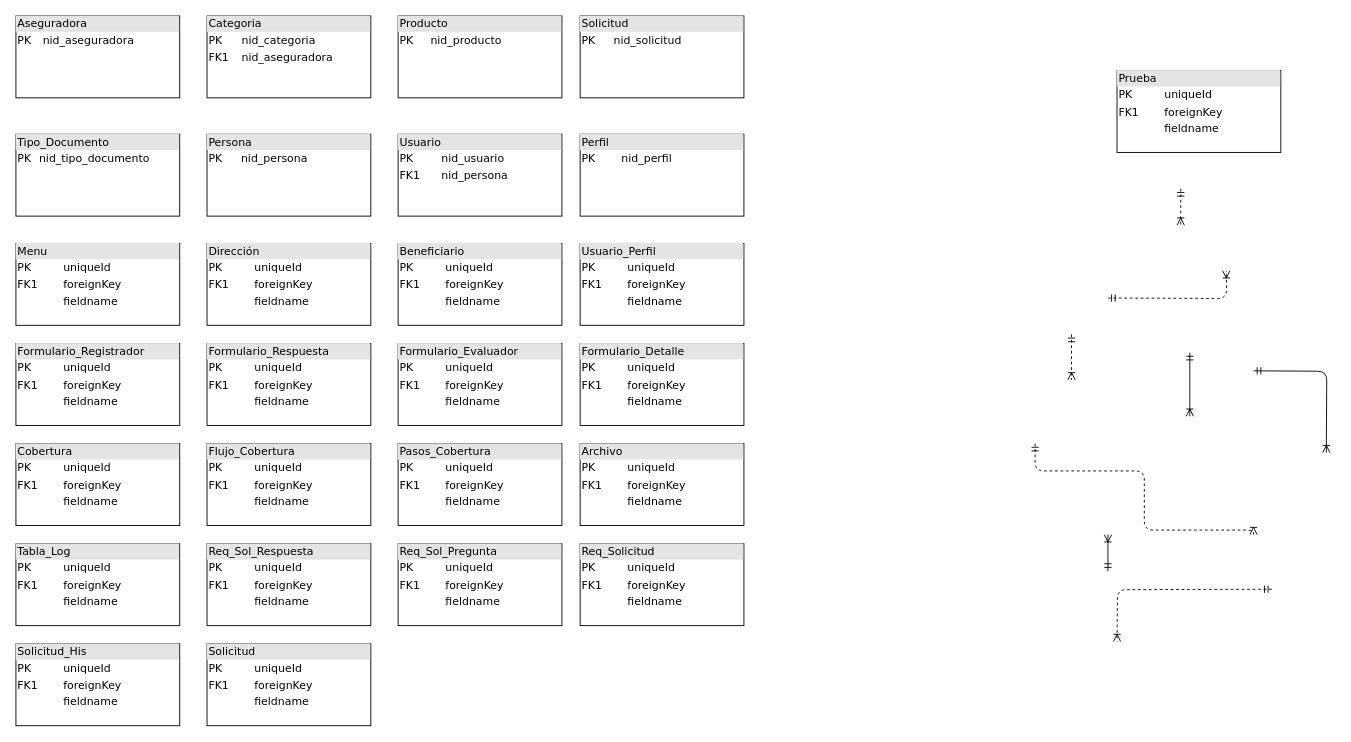
alejandroarceefitec/EFICTEC keeps this draw.io diagram as SINIESTROS/Diagrama sin título.drawio. Above is the earlier version. Source tidied: cells renumbered, new cells numbered last; positions are measured from the earlier drawing's top-left corner, leaving out a move shared by most shapes. Both pictures are drawn from the tidied source at 91%, with x=0, y=0 at pixel (15, 15).
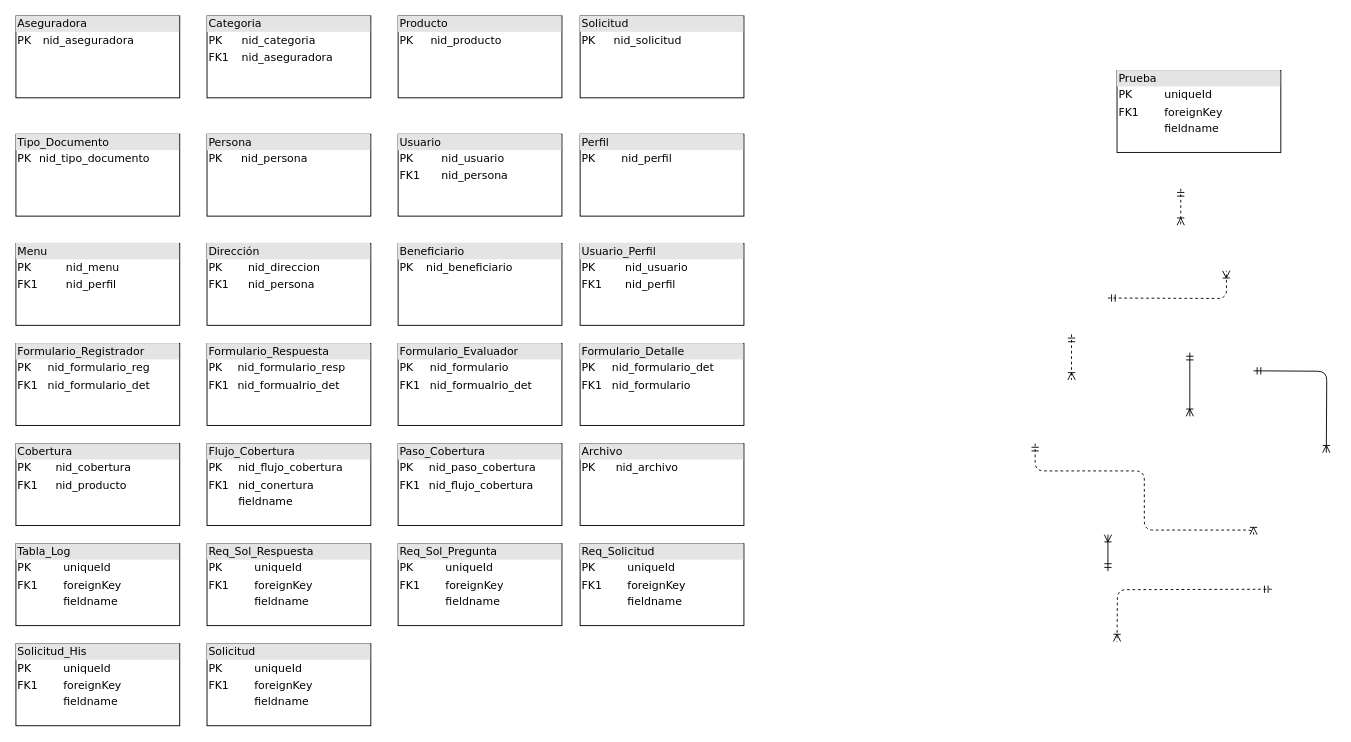
Above is the later version.

Diff of the diagram source:
```diff
@@
-    <mxCell id="19" value="&lt;div style=&quot;box-sizing: border-box ; width: 100% ; background: #e4e4e4 ; padding: 2px&quot;&gt;Menu&lt;/div&gt;&lt;table style=&quot;width: 100% ; font-size: 1em&quot; cellpadding=&quot;2&quot; cellspacing=&quot;0&quot;&gt;&lt;tbody&gt;&lt;tr&gt;&lt;td&gt;PK&lt;/td&gt;&lt;td&gt;uniqueId&lt;/td&gt;&lt;/tr&gt;&lt;tr&gt;&lt;td&gt;FK1&lt;/td&gt;&lt;td&gt;foreignKey&lt;/td&gt;&lt;/tr&gt;&lt;tr&gt;&lt;td&gt;&lt;/td&gt;&lt;td&gt;fieldname&lt;/td&gt;&lt;/tr&gt;&lt;/tbody&gt;&lt;/table&gt;" style="verticalAlign=top;align=left;overflow=fill;html=1;rounded=0;shadow=0;comic=0;labelBackgroundColor=none;strokeWidth=1;fontFamily=Verdana;fontSize=12;" parent="1" vertex="1">
+    <mxCell id="19" value="&lt;div style=&quot;box-sizing: border-box ; width: 100% ; background: #e4e4e4 ; padding: 2px&quot;&gt;Menu&lt;/div&gt;&lt;table style=&quot;width: 100% ; font-size: 1em&quot; cellpadding=&quot;2&quot; cellspacing=&quot;0&quot;&gt;&lt;tbody&gt;&lt;tr&gt;&lt;td&gt;PK&lt;/td&gt;&lt;td&gt;nid_menu&lt;/td&gt;&lt;/tr&gt;&lt;tr&gt;&lt;td&gt;FK1&lt;/td&gt;&lt;td&gt;nid_perfil&lt;/td&gt;&lt;/tr&gt;&lt;tr&gt;&lt;td&gt;&lt;/td&gt;&lt;td&gt;&lt;br&gt;&lt;/td&gt;&lt;/tr&gt;&lt;/tbody&gt;&lt;/table&gt;" style="verticalAlign=top;align=left;overflow=fill;html=1;rounded=0;shadow=0;comic=0;labelBackgroundColor=none;strokeWidth=1;fontFamily=Verdana;fontSize=12;" parent="1" vertex="1">
       <mxGeometry y="250" width="180" height="90" as="geometry" />
     </mxCell>
-    <mxCell id="20" value="&lt;div style=&quot;box-sizing: border-box ; width: 100% ; background: #e4e4e4 ; padding: 2px&quot;&gt;Dirección&lt;/div&gt;&lt;table style=&quot;width: 100% ; font-size: 1em&quot; cellpadding=&quot;2&quot; cellspacing=&quot;0&quot;&gt;&lt;tbody&gt;&lt;tr&gt;&lt;td&gt;PK&lt;/td&gt;&lt;td&gt;uniqueId&lt;/td&gt;&lt;/tr&gt;&lt;tr&gt;&lt;td&gt;FK1&lt;/td&gt;&lt;td&gt;foreignKey&lt;/td&gt;&lt;/tr&gt;&lt;tr&gt;&lt;td&gt;&lt;/td&gt;&lt;td&gt;fieldname&lt;/td&gt;&lt;/tr&gt;&lt;/tbody&gt;&lt;/table&gt;" style="verticalAlign=top;align=left;overflow=fill;html=1;rounded=0;shadow=0;comic=0;labelBackgroundColor=none;strokeWidth=1;fontFamily=Verdana;fontSize=12;" parent="1" vertex="1">
+    <mxCell id="20" value="&lt;div style=&quot;box-sizing: border-box ; width: 100% ; background: #e4e4e4 ; padding: 2px&quot;&gt;Dirección&lt;/div&gt;&lt;table style=&quot;width: 100% ; font-size: 1em&quot; cellpadding=&quot;2&quot; cellspacing=&quot;0&quot;&gt;&lt;tbody&gt;&lt;tr&gt;&lt;td&gt;PK&lt;/td&gt;&lt;td&gt;nid_direccion&lt;/td&gt;&lt;/tr&gt;&lt;tr&gt;&lt;td&gt;FK1&lt;/td&gt;&lt;td&gt;nid_persona&lt;/td&gt;&lt;/tr&gt;&lt;tr&gt;&lt;td&gt;&lt;/td&gt;&lt;td&gt;&lt;br&gt;&lt;/td&gt;&lt;/tr&gt;&lt;/tbody&gt;&lt;/table&gt;" style="verticalAlign=top;align=left;overflow=fill;html=1;rounded=0;shadow=0;comic=0;labelBackgroundColor=none;strokeWidth=1;fontFamily=Verdana;fontSize=12;" parent="1" vertex="1">
       <mxGeometry x="210" y="250" width="180" height="90" as="geometry" />
     </mxCell>
-    <mxCell id="21" value="&lt;div style=&quot;box-sizing: border-box ; width: 100% ; background: #e4e4e4 ; padding: 2px&quot;&gt;Beneficiario&lt;/div&gt;&lt;table style=&quot;width: 100% ; font-size: 1em&quot; cellpadding=&quot;2&quot; cellspacing=&quot;0&quot;&gt;&lt;tbody&gt;&lt;tr&gt;&lt;td&gt;PK&lt;/td&gt;&lt;td&gt;uniqueId&lt;/td&gt;&lt;/tr&gt;&lt;tr&gt;&lt;td&gt;FK1&lt;/td&gt;&lt;td&gt;foreignKey&lt;/td&gt;&lt;/tr&gt;&lt;tr&gt;&lt;td&gt;&lt;/td&gt;&lt;td&gt;fieldname&lt;/td&gt;&lt;/tr&gt;&lt;/tbody&gt;&lt;/table&gt;" style="verticalAlign=top;align=left;overflow=fill;html=1;rounded=0;shadow=0;comic=0;labelBackgroundColor=none;strokeWidth=1;fontFamily=Verdana;fontSize=12;" parent="1" vertex="1">
+    <mxCell id="21" value="&lt;div style=&quot;box-sizing: border-box ; width: 100% ; background: #e4e4e4 ; padding: 2px&quot;&gt;Beneficiario&lt;/div&gt;&lt;table style=&quot;width: 100% ; font-size: 1em&quot; cellpadding=&quot;2&quot; cellspacing=&quot;0&quot;&gt;&lt;tbody&gt;&lt;tr&gt;&lt;td&gt;PK&lt;/td&gt;&lt;td&gt;nid_beneficiario&lt;/td&gt;&lt;/tr&gt;&lt;tr&gt;&lt;td&gt;&lt;br&gt;&lt;/td&gt;&lt;td&gt;&lt;br&gt;&lt;/td&gt;&lt;/tr&gt;&lt;tr&gt;&lt;td&gt;&lt;/td&gt;&lt;td&gt;&lt;br&gt;&lt;/td&gt;&lt;/tr&gt;&lt;/tbody&gt;&lt;/table&gt;" style="verticalAlign=top;align=left;overflow=fill;html=1;rounded=0;shadow=0;comic=0;labelBackgroundColor=none;strokeWidth=1;fontFamily=Verdana;fontSize=12;" parent="1" vertex="1">
       <mxGeometry x="420" y="250" width="180" height="90" as="geometry" />
     </mxCell>
-    <mxCell id="22" value="&lt;div style=&quot;box-sizing: border-box ; width: 100% ; background: #e4e4e4 ; padding: 2px&quot;&gt;Usuario_Perfil&lt;/div&gt;&lt;table style=&quot;width: 100% ; font-size: 1em&quot; cellpadding=&quot;2&quot; cellspacing=&quot;0&quot;&gt;&lt;tbody&gt;&lt;tr&gt;&lt;td&gt;PK&lt;/td&gt;&lt;td&gt;uniqueId&lt;/td&gt;&lt;/tr&gt;&lt;tr&gt;&lt;td&gt;FK1&lt;/td&gt;&lt;td&gt;foreignKey&lt;/td&gt;&lt;/tr&gt;&lt;tr&gt;&lt;td&gt;&lt;/td&gt;&lt;td&gt;fieldname&lt;/td&gt;&lt;/tr&gt;&lt;/tbody&gt;&lt;/table&gt;" style="verticalAlign=top;align=left;overflow=fill;html=1;rounded=0;shadow=0;comic=0;labelBackgroundColor=none;strokeWidth=1;fontFamily=Verdana;fontSize=12;" parent="1" vertex="1">
+    <mxCell id="22" value="&lt;div style=&quot;box-sizing: border-box ; width: 100% ; background: #e4e4e4 ; padding: 2px&quot;&gt;Usuario_Perfil&lt;/div&gt;&lt;table style=&quot;width: 100% ; font-size: 1em&quot; cellpadding=&quot;2&quot; cellspacing=&quot;0&quot;&gt;&lt;tbody&gt;&lt;tr&gt;&lt;td&gt;PK&lt;/td&gt;&lt;td&gt;nid_usuario&lt;/td&gt;&lt;/tr&gt;&lt;tr&gt;&lt;td&gt;FK1&lt;/td&gt;&lt;td&gt;nid_perfil&lt;/td&gt;&lt;/tr&gt;&lt;tr&gt;&lt;td&gt;&lt;/td&gt;&lt;td&gt;&lt;br&gt;&lt;/td&gt;&lt;/tr&gt;&lt;/tbody&gt;&lt;/table&gt;" style="verticalAlign=top;align=left;overflow=fill;html=1;rounded=0;shadow=0;comic=0;labelBackgroundColor=none;strokeWidth=1;fontFamily=Verdana;fontSize=12;" parent="1" vertex="1">
       <mxGeometry x="620" y="250" width="180" height="90" as="geometry" />
     </mxCell>
-    <mxCell id="23" value="&lt;div style=&quot;box-sizing: border-box ; width: 100% ; background: #e4e4e4 ; padding: 2px&quot;&gt;Formulario_Registrador&lt;/div&gt;&lt;table style=&quot;width: 100% ; font-size: 1em&quot; cellpadding=&quot;2&quot; cellspacing=&quot;0&quot;&gt;&lt;tbody&gt;&lt;tr&gt;&lt;td&gt;PK&lt;/td&gt;&lt;td&gt;uniqueId&lt;/td&gt;&lt;/tr&gt;&lt;tr&gt;&lt;td&gt;FK1&lt;/td&gt;&lt;td&gt;foreignKey&lt;/td&gt;&lt;/tr&gt;&lt;tr&gt;&lt;td&gt;&lt;/td&gt;&lt;td&gt;fieldname&lt;/td&gt;&lt;/tr&gt;&lt;/tbody&gt;&lt;/table&gt;" style="verticalAlign=top;align=left;overflow=fill;html=1;rounded=0;shadow=0;comic=0;labelBackgroundColor=none;strokeWidth=1;fontFamily=Verdana;fontSize=12;" parent="1" vertex="1">
+    <mxCell id="23" value="&lt;div style=&quot;box-sizing: border-box ; width: 100% ; background: #e4e4e4 ; padding: 2px&quot;&gt;Formulario_Registrador&lt;/div&gt;&lt;table style=&quot;width: 100% ; font-size: 1em&quot; cellpadding=&quot;2&quot; cellspacing=&quot;0&quot;&gt;&lt;tbody&gt;&lt;tr&gt;&lt;td&gt;PK&lt;/td&gt;&lt;td&gt;nid_formulario_reg&lt;/td&gt;&lt;/tr&gt;&lt;tr&gt;&lt;td&gt;FK1&lt;/td&gt;&lt;td&gt;nid_formulario_det&lt;/td&gt;&lt;/tr&gt;&lt;tr&gt;&lt;td&gt;&lt;/td&gt;&lt;td&gt;&lt;br&gt;&lt;/td&gt;&lt;/tr&gt;&lt;/tbody&gt;&lt;/table&gt;" style="verticalAlign=top;align=left;overflow=fill;html=1;rounded=0;shadow=0;comic=0;labelBackgroundColor=none;strokeWidth=1;fontFamily=Verdana;fontSize=12;" parent="1" vertex="1">
       <mxGeometry y="360" width="180" height="90" as="geometry" />
     </mxCell>
-    <mxCell id="24" value="&lt;div style=&quot;box-sizing: border-box ; width: 100% ; background: #e4e4e4 ; padding: 2px&quot;&gt;Formulario_Respuesta&lt;/div&gt;&lt;table style=&quot;width: 100% ; font-size: 1em&quot; cellpadding=&quot;2&quot; cellspacing=&quot;0&quot;&gt;&lt;tbody&gt;&lt;tr&gt;&lt;td&gt;PK&lt;/td&gt;&lt;td&gt;uniqueId&lt;/td&gt;&lt;/tr&gt;&lt;tr&gt;&lt;td&gt;FK1&lt;/td&gt;&lt;td&gt;foreignKey&lt;/td&gt;&lt;/tr&gt;&lt;tr&gt;&lt;td&gt;&lt;/td&gt;&lt;td&gt;fieldname&lt;/td&gt;&lt;/tr&gt;&lt;/tbody&gt;&lt;/table&gt;" style="verticalAlign=top;align=left;overflow=fill;html=1;rounded=0;shadow=0;comic=0;labelBackgroundColor=none;strokeWidth=1;fontFamily=Verdana;fontSize=12;" parent="1" vertex="1">
+    <mxCell id="24" value="&lt;div style=&quot;box-sizing: border-box ; width: 100% ; background: #e4e4e4 ; padding: 2px&quot;&gt;Formulario_Respuesta&lt;/div&gt;&lt;table style=&quot;width: 100% ; font-size: 1em&quot; cellpadding=&quot;2&quot; cellspacing=&quot;0&quot;&gt;&lt;tbody&gt;&lt;tr&gt;&lt;td&gt;PK&lt;/td&gt;&lt;td&gt;nid_formulario_resp&lt;/td&gt;&lt;/tr&gt;&lt;tr&gt;&lt;td&gt;FK1&lt;/td&gt;&lt;td&gt;nid_formualrio_det&lt;/td&gt;&lt;/tr&gt;&lt;tr&gt;&lt;td&gt;&lt;br&gt;&lt;/td&gt;&lt;td&gt;&lt;br&gt;&lt;/td&gt;&lt;/tr&gt;&lt;/tbody&gt;&lt;/table&gt;" style="verticalAlign=top;align=left;overflow=fill;html=1;rounded=0;shadow=0;comic=0;labelBackgroundColor=none;strokeWidth=1;fontFamily=Verdana;fontSize=12;" parent="1" vertex="1">
       <mxGeometry x="210" y="360" width="180" height="90" as="geometry" />
     </mxCell>
-    <mxCell id="25" value="&lt;div style=&quot;box-sizing: border-box ; width: 100% ; background: #e4e4e4 ; padding: 2px&quot;&gt;Formulario_Evaluador&lt;/div&gt;&lt;table style=&quot;width: 100% ; font-size: 1em&quot; cellpadding=&quot;2&quot; cellspacing=&quot;0&quot;&gt;&lt;tbody&gt;&lt;tr&gt;&lt;td&gt;PK&lt;/td&gt;&lt;td&gt;uniqueId&lt;/td&gt;&lt;/tr&gt;&lt;tr&gt;&lt;td&gt;FK1&lt;/td&gt;&lt;td&gt;foreignKey&lt;/td&gt;&lt;/tr&gt;&lt;tr&gt;&lt;td&gt;&lt;/td&gt;&lt;td&gt;fieldname&lt;/td&gt;&lt;/tr&gt;&lt;/tbody&gt;&lt;/table&gt;" style="verticalAlign=top;align=left;overflow=fill;html=1;rounded=0;shadow=0;comic=0;labelBackgroundColor=none;strokeWidth=1;fontFamily=Verdana;fontSize=12;" parent="1" vertex="1">
+    <mxCell id="25" value="&lt;div style=&quot;box-sizing: border-box ; width: 100% ; background: #e4e4e4 ; padding: 2px&quot;&gt;Formulario_Evaluador&lt;/div&gt;&lt;table style=&quot;width: 100% ; font-size: 1em&quot; cellpadding=&quot;2&quot; cellspacing=&quot;0&quot;&gt;&lt;tbody&gt;&lt;tr&gt;&lt;td&gt;PK&lt;/td&gt;&lt;td&gt;nid_formulario&lt;/td&gt;&lt;/tr&gt;&lt;tr&gt;&lt;td&gt;FK1&lt;/td&gt;&lt;td&gt;nid_formualrio_det&lt;/td&gt;&lt;/tr&gt;&lt;tr&gt;&lt;td&gt;&lt;/td&gt;&lt;td&gt;&lt;br&gt;&lt;/td&gt;&lt;/tr&gt;&lt;/tbody&gt;&lt;/table&gt;" style="verticalAlign=top;align=left;overflow=fill;html=1;rounded=0;shadow=0;comic=0;labelBackgroundColor=none;strokeWidth=1;fontFamily=Verdana;fontSize=12;" parent="1" vertex="1">
       <mxGeometry x="420" y="360" width="180" height="90" as="geometry" />
     </mxCell>
-    <mxCell id="26" value="&lt;div style=&quot;box-sizing: border-box ; width: 100% ; background: #e4e4e4 ; padding: 2px&quot;&gt;Formulario_Detalle&lt;/div&gt;&lt;table style=&quot;width: 100% ; font-size: 1em&quot; cellpadding=&quot;2&quot; cellspacing=&quot;0&quot;&gt;&lt;tbody&gt;&lt;tr&gt;&lt;td&gt;PK&lt;/td&gt;&lt;td&gt;uniqueId&lt;/td&gt;&lt;/tr&gt;&lt;tr&gt;&lt;td&gt;FK1&lt;/td&gt;&lt;td&gt;foreignKey&lt;/td&gt;&lt;/tr&gt;&lt;tr&gt;&lt;td&gt;&lt;/td&gt;&lt;td&gt;fieldname&lt;/td&gt;&lt;/tr&gt;&lt;/tbody&gt;&lt;/table&gt;" style="verticalAlign=top;align=left;overflow=fill;html=1;rounded=0;shadow=0;comic=0;labelBackgroundColor=none;strokeWidth=1;fontFamily=Verdana;fontSize=12;" parent="1" vertex="1">
+    <mxCell id="26" value="&lt;div style=&quot;box-sizing: border-box ; width: 100% ; background: #e4e4e4 ; padding: 2px&quot;&gt;Formulario_Detalle&lt;/div&gt;&lt;table style=&quot;width: 100% ; font-size: 1em&quot; cellpadding=&quot;2&quot; cellspacing=&quot;0&quot;&gt;&lt;tbody&gt;&lt;tr&gt;&lt;td&gt;PK&lt;/td&gt;&lt;td&gt;nid_formulario_det&lt;/td&gt;&lt;/tr&gt;&lt;tr&gt;&lt;td&gt;FK1&lt;/td&gt;&lt;td&gt;nid_formulario&lt;/td&gt;&lt;/tr&gt;&lt;tr&gt;&lt;td&gt;&lt;/td&gt;&lt;td&gt;&lt;br&gt;&lt;/td&gt;&lt;/tr&gt;&lt;/tbody&gt;&lt;/table&gt;" style="verticalAlign=top;align=left;overflow=fill;html=1;rounded=0;shadow=0;comic=0;labelBackgroundColor=none;strokeWidth=1;fontFamily=Verdana;fontSize=12;" parent="1" vertex="1">
       <mxGeometry x="620" y="360" width="180" height="90" as="geometry" />
     </mxCell>
-    <mxCell id="27" value="&lt;div style=&quot;box-sizing: border-box ; width: 100% ; background: #e4e4e4 ; padding: 2px&quot;&gt;Cobertura&lt;/div&gt;&lt;table style=&quot;width: 100% ; font-size: 1em&quot; cellpadding=&quot;2&quot; cellspacing=&quot;0&quot;&gt;&lt;tbody&gt;&lt;tr&gt;&lt;td&gt;PK&lt;/td&gt;&lt;td&gt;uniqueId&lt;/td&gt;&lt;/tr&gt;&lt;tr&gt;&lt;td&gt;FK1&lt;/td&gt;&lt;td&gt;foreignKey&lt;/td&gt;&lt;/tr&gt;&lt;tr&gt;&lt;td&gt;&lt;/td&gt;&lt;td&gt;fieldname&lt;/td&gt;&lt;/tr&gt;&lt;/tbody&gt;&lt;/table&gt;" style="verticalAlign=top;align=left;overflow=fill;html=1;rounded=0;shadow=0;comic=0;labelBackgroundColor=none;strokeWidth=1;fontFamily=Verdana;fontSize=12;" parent="1" vertex="1">
+    <mxCell id="27" value="&lt;div style=&quot;box-sizing: border-box ; width: 100% ; background: #e4e4e4 ; padding: 2px&quot;&gt;Cobertura&lt;/div&gt;&lt;table style=&quot;width: 100% ; font-size: 1em&quot; cellpadding=&quot;2&quot; cellspacing=&quot;0&quot;&gt;&lt;tbody&gt;&lt;tr&gt;&lt;td&gt;PK&lt;/td&gt;&lt;td&gt;nid_cobertura&lt;/td&gt;&lt;/tr&gt;&lt;tr&gt;&lt;td&gt;FK1&lt;/td&gt;&lt;td&gt;nid_producto&lt;br&gt;&lt;/td&gt;&lt;/tr&gt;&lt;tr&gt;&lt;td&gt;&lt;/td&gt;&lt;td&gt;&lt;br&gt;&lt;/td&gt;&lt;/tr&gt;&lt;/tbody&gt;&lt;/table&gt;" style="verticalAlign=top;align=left;overflow=fill;html=1;rounded=0;shadow=0;comic=0;labelBackgroundColor=none;strokeWidth=1;fontFamily=Verdana;fontSize=12;" parent="1" vertex="1">
       <mxGeometry y="470" width="180" height="90" as="geometry" />
     </mxCell>
-    <mxCell id="28" value="&lt;div style=&quot;box-sizing: border-box ; width: 100% ; background: #e4e4e4 ; padding: 2px&quot;&gt;Flujo_Cobertura&lt;/div&gt;&lt;table style=&quot;width: 100% ; font-size: 1em&quot; cellpadding=&quot;2&quot; cellspacing=&quot;0&quot;&gt;&lt;tbody&gt;&lt;tr&gt;&lt;td&gt;PK&lt;/td&gt;&lt;td&gt;uniqueId&lt;/td&gt;&lt;/tr&gt;&lt;tr&gt;&lt;td&gt;FK1&lt;/td&gt;&lt;td&gt;foreignKey&lt;/td&gt;&lt;/tr&gt;&lt;tr&gt;&lt;td&gt;&lt;/td&gt;&lt;td&gt;fieldname&lt;/td&gt;&lt;/tr&gt;&lt;/tbody&gt;&lt;/table&gt;" style="verticalAlign=top;align=left;overflow=fill;html=1;rounded=0;shadow=0;comic=0;labelBackgroundColor=none;strokeWidth=1;fontFamily=Verdana;fontSize=12;" parent="1" vertex="1">
+    <mxCell id="28" value="&lt;div style=&quot;box-sizing: border-box ; width: 100% ; background: #e4e4e4 ; padding: 2px&quot;&gt;Flujo_Cobertura&lt;/div&gt;&lt;table style=&quot;width: 100% ; font-size: 1em&quot; cellpadding=&quot;2&quot; cellspacing=&quot;0&quot;&gt;&lt;tbody&gt;&lt;tr&gt;&lt;td&gt;PK&lt;/td&gt;&lt;td&gt;nid_flujo_cobertura&lt;/td&gt;&lt;/tr&gt;&lt;tr&gt;&lt;td&gt;FK1&lt;/td&gt;&lt;td&gt;nid_conertura&lt;/td&gt;&lt;/tr&gt;&lt;tr&gt;&lt;td&gt;&lt;/td&gt;&lt;td&gt;fieldname&lt;/td&gt;&lt;/tr&gt;&lt;/tbody&gt;&lt;/table&gt;" style="verticalAlign=top;align=left;overflow=fill;html=1;rounded=0;shadow=0;comic=0;labelBackgroundColor=none;strokeWidth=1;fontFamily=Verdana;fontSize=12;" parent="1" vertex="1">
       <mxGeometry x="210" y="470" width="180" height="90" as="geometry" />
     </mxCell>
-    <mxCell id="29" value="&lt;div style=&quot;box-sizing: border-box ; width: 100% ; background: #e4e4e4 ; padding: 2px&quot;&gt;Pasos_Cobertura&lt;/div&gt;&lt;table style=&quot;width: 100% ; font-size: 1em&quot; cellpadding=&quot;2&quot; cellspacing=&quot;0&quot;&gt;&lt;tbody&gt;&lt;tr&gt;&lt;td&gt;PK&lt;/td&gt;&lt;td&gt;uniqueId&lt;/td&gt;&lt;/tr&gt;&lt;tr&gt;&lt;td&gt;FK1&lt;/td&gt;&lt;td&gt;foreignKey&lt;/td&gt;&lt;/tr&gt;&lt;tr&gt;&lt;td&gt;&lt;/td&gt;&lt;td&gt;fieldname&lt;/td&gt;&lt;/tr&gt;&lt;/tbody&gt;&lt;/table&gt;" style="verticalAlign=top;align=left;overflow=fill;html=1;rounded=0;shadow=0;comic=0;labelBackgroundColor=none;strokeWidth=1;fontFamily=Verdana;fontSize=12;" parent="1" vertex="1">
+    <mxCell id="29" value="&lt;div style=&quot;box-sizing: border-box ; width: 100% ; background: #e4e4e4 ; padding: 2px&quot;&gt;Paso_Cobertura&lt;/div&gt;&lt;table style=&quot;width: 100% ; font-size: 1em&quot; cellpadding=&quot;2&quot; cellspacing=&quot;0&quot;&gt;&lt;tbody&gt;&lt;tr&gt;&lt;td&gt;PK&lt;/td&gt;&lt;td&gt;nid_paso_cobertura&lt;/td&gt;&lt;/tr&gt;&lt;tr&gt;&lt;td&gt;FK1&lt;/td&gt;&lt;td&gt;nid_flujo_cobertura&lt;/td&gt;&lt;/tr&gt;&lt;tr&gt;&lt;td&gt;&lt;/td&gt;&lt;td&gt;&lt;br&gt;&lt;/td&gt;&lt;/tr&gt;&lt;/tbody&gt;&lt;/table&gt;" style="verticalAlign=top;align=left;overflow=fill;html=1;rounded=0;shadow=0;comic=0;labelBackgroundColor=none;strokeWidth=1;fontFamily=Verdana;fontSize=12;" parent="1" vertex="1">
       <mxGeometry x="420" y="470" width="180" height="90" as="geometry" />
     </mxCell>
-    <mxCell id="30" value="&lt;div style=&quot;box-sizing: border-box ; width: 100% ; background: #e4e4e4 ; padding: 2px&quot;&gt;Archivo&lt;/div&gt;&lt;table style=&quot;width: 100% ; font-size: 1em&quot; cellpadding=&quot;2&quot; cellspacing=&quot;0&quot;&gt;&lt;tbody&gt;&lt;tr&gt;&lt;td&gt;PK&lt;/td&gt;&lt;td&gt;uniqueId&lt;/td&gt;&lt;/tr&gt;&lt;tr&gt;&lt;td&gt;FK1&lt;/td&gt;&lt;td&gt;foreignKey&lt;/td&gt;&lt;/tr&gt;&lt;tr&gt;&lt;td&gt;&lt;/td&gt;&lt;td&gt;fieldname&lt;/td&gt;&lt;/tr&gt;&lt;/tbody&gt;&lt;/table&gt;" style="verticalAlign=top;align=left;overflow=fill;html=1;rounded=0;shadow=0;comic=0;labelBackgroundColor=none;strokeWidth=1;fontFamily=Verdana;fontSize=12;" parent="1" vertex="1">
+    <mxCell id="30" value="&lt;div style=&quot;box-sizing: border-box ; width: 100% ; background: #e4e4e4 ; padding: 2px&quot;&gt;Archivo&lt;/div&gt;&lt;table style=&quot;width: 100% ; font-size: 1em&quot; cellpadding=&quot;2&quot; cellspacing=&quot;0&quot;&gt;&lt;tbody&gt;&lt;tr&gt;&lt;td&gt;PK&lt;/td&gt;&lt;td&gt;nid_archivo&lt;/td&gt;&lt;/tr&gt;&lt;tr&gt;&lt;td&gt;&lt;br&gt;&lt;/td&gt;&lt;td&gt;&lt;br&gt;&lt;/td&gt;&lt;/tr&gt;&lt;tr&gt;&lt;td&gt;&lt;/td&gt;&lt;td&gt;&lt;br&gt;&lt;/td&gt;&lt;/tr&gt;&lt;/tbody&gt;&lt;/table&gt;" style="verticalAlign=top;align=left;overflow=fill;html=1;rounded=0;shadow=0;comic=0;labelBackgroundColor=none;strokeWidth=1;fontFamily=Verdana;fontSize=12;" parent="1" vertex="1">
       <mxGeometry x="620" y="470" width="180" height="90" as="geometry" />
     </mxCell>
```
